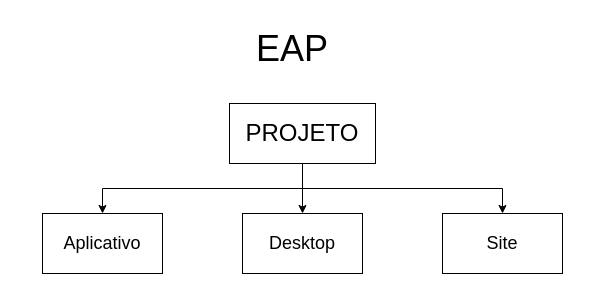
Thiago163/Mundo_verde keeps this draw.io diagram as EAP.drawio. Above is the earlier version. Source tidied: cells renumbered, new cells numbered last; positions are measured from the earlier drawing's top-left corner, leaving out a move shared by most shapes. Both pictures are drawn from the tidied source at 100%, with x=0, y=0 at pixel (42, 33).
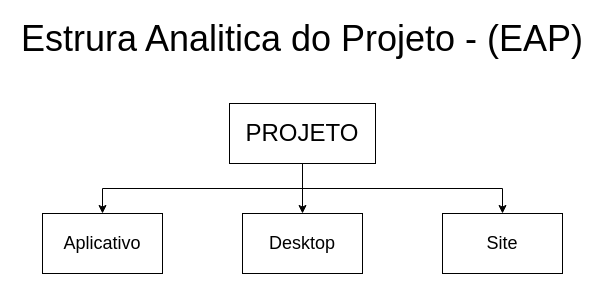
The same diagram, later.

Diff of the diagram source:
```diff
@@
 <mxGraphModel>
   <root>
     <mxCell id="0" />
     <mxCell id="1" parent="0" />
     <mxCell id="2" style="edgeStyle=orthogonalEdgeStyle;rounded=0;jettySize=auto;html=1;exitX=0.5;exitY=1;exitDx=0;exitDy=0;entryX=0.5;entryY=0;entryDx=0;entryDy=0;" parent="1" edge="1" source="5" target="6">
       <mxGeometry relative="1" as="geometry" />
     </mxCell>
     <mxCell id="3" style="edgeStyle=orthogonalEdgeStyle;rounded=0;jettySize=auto;html=1;exitX=0.5;exitY=1;exitDx=0;exitDy=0;entryX=0.5;entryY=0;entryDx=0;entryDy=0;" parent="1" edge="1" source="5" target="7">
       <mxGeometry relative="1" as="geometry" />
     </mxCell>
     <mxCell id="4" style="edgeStyle=orthogonalEdgeStyle;rounded=0;jettySize=auto;html=1;exitX=0.5;exitY=1;exitDx=0;exitDy=0;entryX=0.5;entryY=0;entryDx=0;entryDy=0;" parent="1" edge="1" source="5" target="8">
       <mxGeometry relative="1" as="geometry" />
     </mxCell>
     <mxCell id="5" value="&lt;font style=&quot;font-size: 24px;&quot;&gt;PROJETO&lt;/font&gt;" style="rounded=0;whiteSpace=wrap;html=1;" parent="1" vertex="1">
       <mxGeometry x="187" y="70" width="146" height="60" as="geometry" />
     </mxCell>
     <mxCell id="6" value="&lt;font style=&quot;font-size: 18px;&quot;&gt;Aplicativo&lt;/font&gt;" style="rounded=0;whiteSpace=wrap;html=1;" parent="1" vertex="1">
       <mxGeometry y="180" width="120" height="60" as="geometry" />
     </mxCell>
     <mxCell id="7" value="&lt;font style=&quot;font-size: 18px;&quot;&gt;Desktop&lt;/font&gt;" style="rounded=0;whiteSpace=wrap;html=1;" parent="1" vertex="1">
       <mxGeometry x="200" y="180" width="120" height="60" as="geometry" />
     </mxCell>
     <mxCell id="8" value="&lt;span style=&quot;font-size: 18px;&quot;&gt;Site&lt;/span&gt;" style="rounded=0;whiteSpace=wrap;html=1;" parent="1" vertex="1">
       <mxGeometry x="400" y="180" width="120" height="60" as="geometry" />
     </mxCell>
-    <mxCell id="9" value="&lt;font style=&quot;font-size: 36px;&quot;&gt;EAP&lt;/font&gt;" style="text;html=1;align=center;verticalAlign=middle;whiteSpace=wrap;rounded=0;" parent="1" vertex="1">
-      <mxGeometry x="220" width="60" height="30" as="geometry" />
+    <mxCell id="9" value="&lt;font style=&quot;font-size: 36px;&quot;&gt;Estrura Analitica do Projeto - (EAP)&lt;/font&gt;" style="text;html=1;align=center;verticalAlign=middle;whiteSpace=wrap;rounded=0;" parent="1" vertex="1">
+      <mxGeometry x="-25" y="-10" width="570" height="30" as="geometry" />
     </mxCell>
   </root>
 </mxGraphModel>
```
